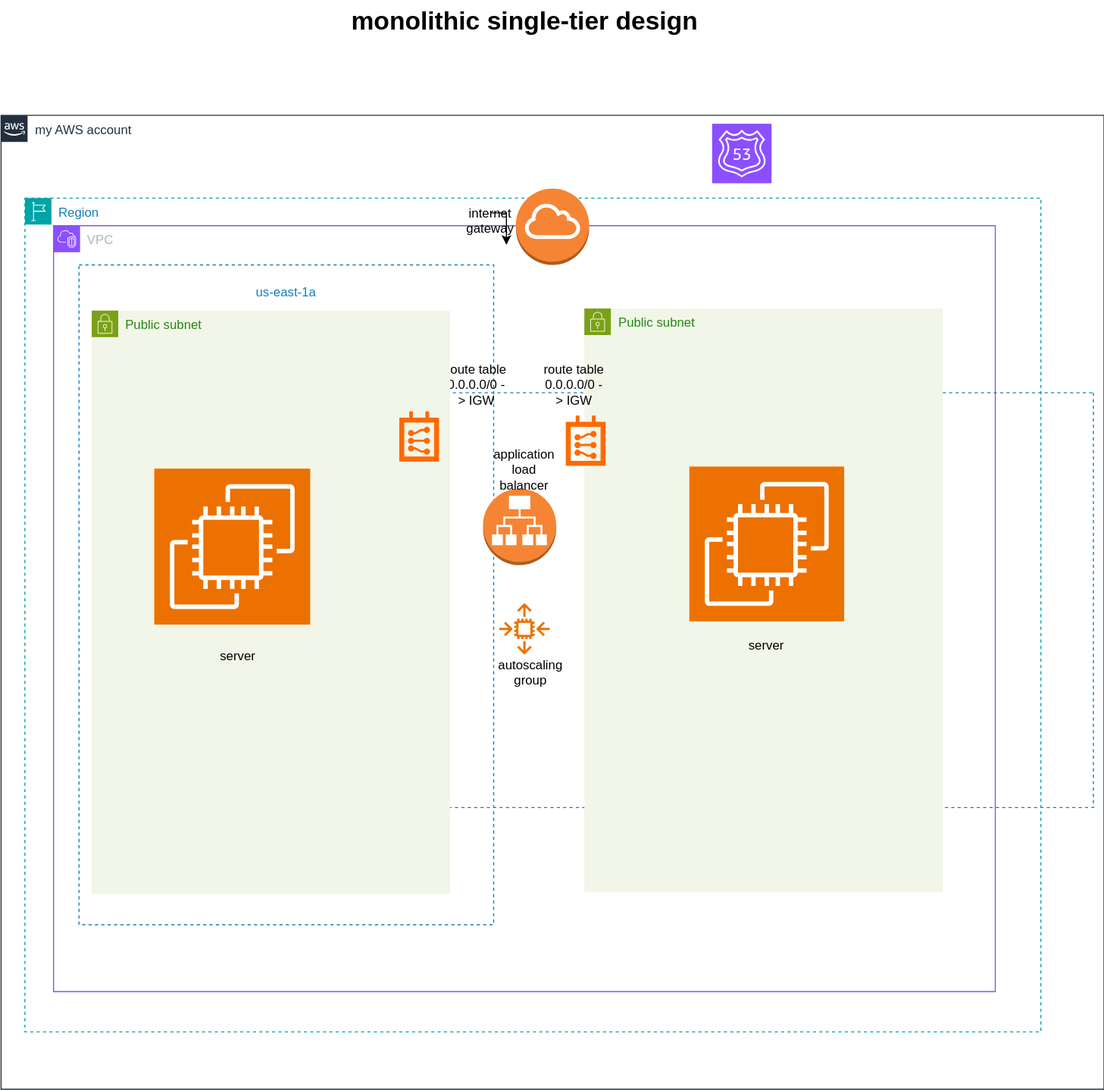
Above: Monolithic single tier design.drawio.svg in Zaamaar/Zaamaar-architecture-diagrams (draw.io), before the change. Source tidied: cells renumbered, new cells last; positions are measured from the earlier drawing's top-left corner, leaving out a move shared by most shapes. Source of this version:
```xml
<mxGraphModel background="light-dark(#ffffff, #000000)">
  <root>
    <mxCell id="0" />
    <mxCell id="1" parent="0" />
    <mxCell id="2" value="my AWS account" style="gradientColor=none;html=1;whiteSpace=wrap;fontSize=12;fontStyle=0;shape=mxgraph.aws4.group;grIcon=mxgraph.aws4.group_aws_cloud_alt;strokeColor=#232F3E;fillColor=none;verticalAlign=top;align=left;spacingLeft=30;fontColor=#232F3E;dashed=0;" parent="1" vertex="1">
      <mxGeometry x="-0.5" y="108" width="1040" height="918" as="geometry" />
    </mxCell>
    <mxCell id="3" style="sketch=0;fontColor=#232F3E;fillColor=#8C4FFF;strokeColor=#ffffff;dashed=0;verticalLabelPosition=bottom;verticalAlign=top;align=center;html=1;fontSize=12;fontStyle=0;shape=mxgraph.aws4.resourceIcon;resIcon=mxgraph.aws4.route_53;" parent="2" vertex="1">
      <mxGeometry x="670.5" y="8" width="56" height="56" as="geometry" />
    </mxCell>
    <mxCell id="4" value="monolithic single-tier design" style="text;strokeColor=none;fillColor=none;html=1;fontSize=24;fontStyle=1;verticalAlign=middle;align=center;" parent="1" vertex="1">
      <mxGeometry x="443" width="100" height="40" as="geometry" />
    </mxCell>
    <mxCell id="5" value="Region" style="gradientColor=none;html=1;whiteSpace=wrap;fontSize=12;fontStyle=0;shape=mxgraph.aws4.group;grIcon=mxgraph.aws4.group_region;strokeColor=#00A4A6;fillColor=none;verticalAlign=top;align=left;spacingLeft=30;fontColor=#147EBA;dashed=1;" parent="1" vertex="1">
      <mxGeometry x="22" y="186" width="958" height="786" as="geometry" />
    </mxCell>
    <mxCell id="6" value="VPC" style="gradientColor=none;html=1;whiteSpace=wrap;fontSize=12;fontStyle=0;shape=mxgraph.aws4.group;grIcon=mxgraph.aws4.group_vpc2;strokeColor=#8C4FFF;fillColor=none;verticalAlign=top;align=left;spacingLeft=30;fontColor=#AAB7B8;dashed=0;" parent="1" vertex="1">
      <mxGeometry x="49" y="212" width="888" height="722" as="geometry" />
    </mxCell>
    <mxCell id="7" style="dashed=0;verticalLabelPosition=bottom;verticalAlign=top;align=center;html=1;shape=mxgraph.aws3.internet_gateway;fillColor=#F58534;gradientColor=none;" parent="6" vertex="1">
      <mxGeometry x="436" y="-35" width="69" height="72" as="geometry" />
    </mxCell>
    <mxCell id="8" value="&lt;p&gt;us-east-1a&lt;/p&gt;" style="fillColor=none;strokeColor=#147EBA;dashed=1;verticalAlign=top;fontStyle=0;fontColor=#147EBA;whiteSpace=wrap;html=1;" parent="6" vertex="1">
      <mxGeometry x="24" y="37" width="391" height="622" as="geometry" />
    </mxCell>
    <mxCell id="9" value="&lt;div&gt;&lt;p&gt;us-east-1b&lt;/p&gt;&lt;/div&gt;" style="fillColor=none;strokeColor=#147EBA;dashed=1;verticalAlign=top;fontStyle=0;fontColor=#147EBA;whiteSpace=wrap;html=1;direction=south;" parent="6" vertex="1">
      <mxGeometry x="358.5" y="157.5" width="622" height="391" as="geometry" />
    </mxCell>
    <mxCell id="10" value="Public subnet" style="gradientColor=none;html=1;whiteSpace=wrap;fontSize=12;fontStyle=0;shape=mxgraph.aws4.group;grIcon=mxgraph.aws4.group_security_group;grStroke=0;strokeColor=#7AA116;fillColor=#F2F6E8;verticalAlign=top;align=left;spacingLeft=30;fontColor=#248814;dashed=0;" parent="6" vertex="1">
      <mxGeometry x="500.5" y="78" width="338" height="550" as="geometry" />
    </mxCell>
    <mxCell id="11" style="sketch=0;fontColor=#232F3E;fillColor=#ED7100;strokeColor=#ffffff;dashed=0;verticalLabelPosition=bottom;verticalAlign=top;align=center;html=1;fontSize=12;fontStyle=0;shape=mxgraph.aws4.resourceIcon;resIcon=mxgraph.aws4.ec2;" parent="10" vertex="1">
      <mxGeometry x="99" y="149" width="146" height="146" as="geometry" />
    </mxCell>
    <mxCell id="12" style="dashed=0;verticalLabelPosition=bottom;verticalAlign=top;align=center;html=1;shape=mxgraph.aws3.application_load_balancer;fillColor=#F58534;gradientColor=none;" parent="6" vertex="1">
      <mxGeometry x="405" y="248" width="69" height="72" as="geometry" />
    </mxCell>
    <mxCell id="13" style="sketch=0;fontColor=#232F3E;gradientColor=none;fillColor=#ED7100;strokeColor=none;dashed=0;verticalLabelPosition=bottom;verticalAlign=top;align=center;html=1;fontSize=12;fontStyle=0;shape=mxgraph.aws4.auto_scaling2;" parent="6" vertex="1">
      <mxGeometry x="420" y="356" width="48" height="48" as="geometry" />
    </mxCell>
    <mxCell id="14" value="internet gateway&lt;div&gt;&lt;br&gt;&lt;/div&gt;" style="text;html=1;whiteSpace=wrap;strokeColor=none;fillColor=none;align=center;verticalAlign=middle;rounded=0;" parent="6" vertex="1">
      <mxGeometry x="382" y="-12" width="60" height="30" as="geometry" />
    </mxCell>
    <mxCell id="15" style="edgeStyle=orthogonalEdgeStyle;rounded=0;orthogonalLoop=1;jettySize=auto;html=1;exitX=0.5;exitY=0;exitDx=0;exitDy=0;entryX=0.75;entryY=1;entryDx=0;entryDy=0;" parent="6" edge="1" source="14" target="14">
      <mxGeometry relative="1" as="geometry" />
    </mxCell>
    <mxCell id="16" value="autoscaling group&lt;div&gt;&lt;br&gt;&lt;/div&gt;" style="text;html=1;whiteSpace=wrap;strokeColor=none;fillColor=none;align=center;verticalAlign=middle;rounded=0;" parent="6" vertex="1">
      <mxGeometry x="420" y="414" width="60" height="30" as="geometry" />
    </mxCell>
    <mxCell id="17" value="application load balancer&lt;div&gt;&lt;br&gt;&lt;/div&gt;" style="text;html=1;whiteSpace=wrap;strokeColor=none;fillColor=none;align=center;verticalAlign=middle;rounded=0;" parent="6" vertex="1">
      <mxGeometry x="414" y="222" width="60" height="30" as="geometry" />
    </mxCell>
    <mxCell id="18" value="server&amp;nbsp;&lt;div&gt;&lt;br&gt;&lt;/div&gt;" style="text;html=1;whiteSpace=wrap;strokeColor=none;fillColor=none;align=center;verticalAlign=middle;rounded=0;" parent="6" vertex="1">
      <mxGeometry x="644" y="388" width="60" height="30" as="geometry" />
    </mxCell>
    <mxCell id="19" style="html=1;align=center;shadow=0;dashed=0;fillColor=#FF6A00;strokeColor=none;shape=mxgraph.alibaba_cloud.route_table;" parent="6" vertex="1">
      <mxGeometry x="483" y="179" width="37.5" height="47.4" as="geometry" />
    </mxCell>
    <mxCell id="20" value="route table&lt;div&gt;0.0.0.0/0 -&amp;gt; IGW&lt;/div&gt;&lt;div&gt;&lt;br&gt;&lt;/div&gt;" style="text;html=1;whiteSpace=wrap;strokeColor=none;fillColor=none;align=center;verticalAlign=middle;rounded=0;" parent="6" vertex="1">
      <mxGeometry x="369" y="142" width="60" height="30" as="geometry" />
    </mxCell>
    <mxCell id="21" value="route table&lt;div&gt;0.0.0.0/0 -&amp;gt; IGW&lt;/div&gt;&lt;div&gt;&lt;br&gt;&lt;/div&gt;" style="text;html=1;whiteSpace=wrap;strokeColor=none;fillColor=none;align=center;verticalAlign=middle;rounded=0;" parent="6" vertex="1">
      <mxGeometry x="460.5" y="142" width="60" height="30" as="geometry" />
    </mxCell>
    <mxCell id="22" value="Public subnet" style="gradientColor=none;html=1;whiteSpace=wrap;fontSize=12;fontStyle=0;shape=mxgraph.aws4.group;grIcon=mxgraph.aws4.group_security_group;grStroke=0;strokeColor=#7AA116;fillColor=#F2F6E8;verticalAlign=top;align=left;spacingLeft=30;fontColor=#248814;dashed=0;" parent="1" vertex="1">
      <mxGeometry x="85" y="292" width="338" height="550" as="geometry" />
    </mxCell>
    <mxCell id="23" style="sketch=0;fontColor=#232F3E;fillColor=#ED7100;strokeColor=#ffffff;dashed=0;verticalLabelPosition=bottom;verticalAlign=top;align=center;html=1;fontSize=12;fontStyle=0;shape=mxgraph.aws4.resourceIcon;resIcon=mxgraph.aws4.ec2;" parent="22" vertex="1">
      <mxGeometry x="59" y="149" width="147" height="147" as="geometry" />
    </mxCell>
    <mxCell id="24" value="server" style="text;html=1;whiteSpace=wrap;strokeColor=none;fillColor=none;align=center;verticalAlign=middle;rounded=0;" parent="22" vertex="1">
      <mxGeometry x="108" y="311" width="60" height="30" as="geometry" />
    </mxCell>
    <mxCell id="25" style="html=1;align=center;shadow=0;dashed=0;fillColor=#FF6A00;strokeColor=none;shape=mxgraph.alibaba_cloud.route_table;" parent="22" vertex="1">
      <mxGeometry x="290" y="95" width="37.5" height="47.4" as="geometry" />
    </mxCell>
  </root>
</mxGraphModel>
```
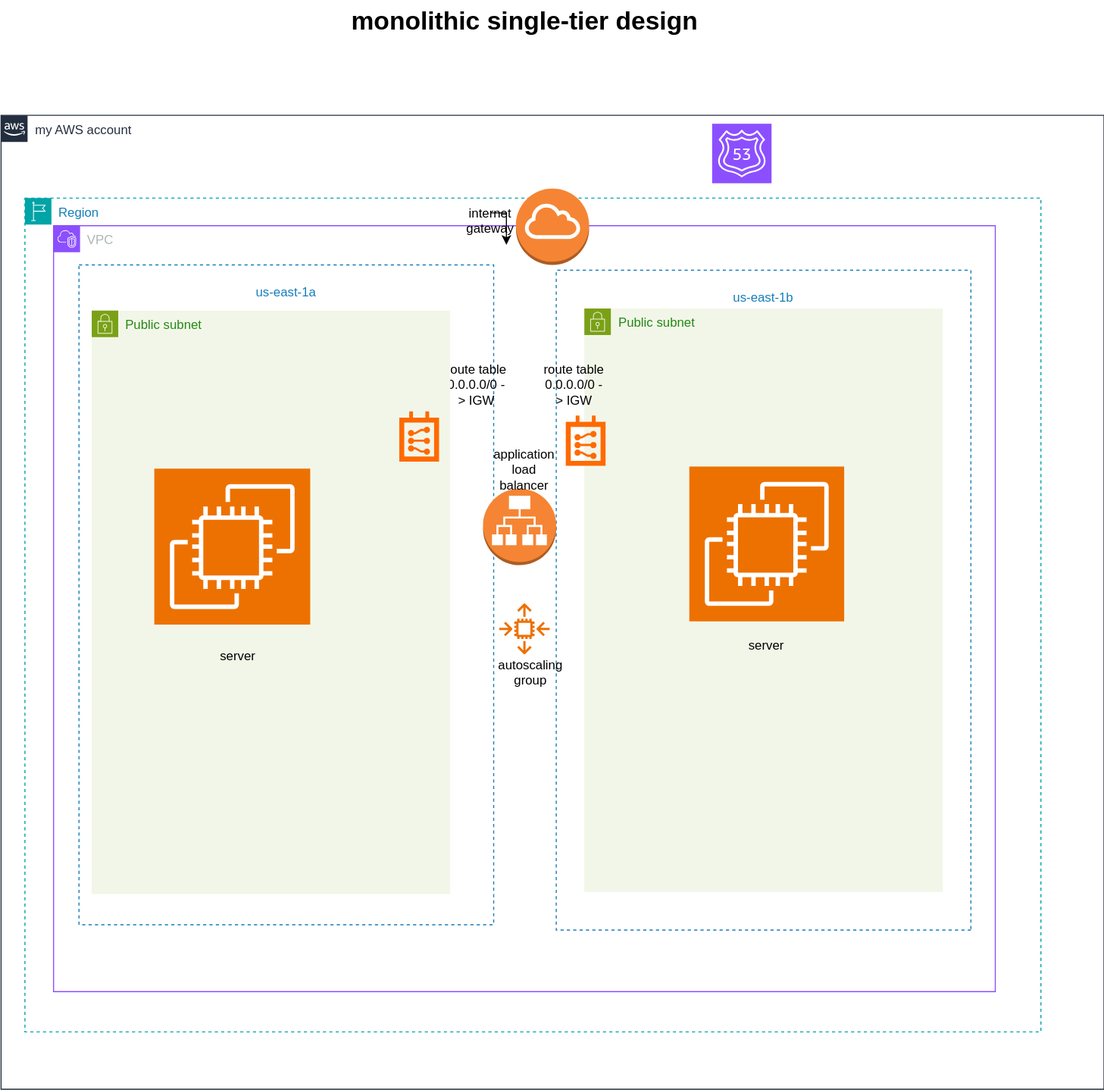
Above is the later version.

What changed in the source:
```diff
@@ -23,8 +23,8 @@
     <mxCell id="8" value="&lt;p&gt;us-east-1a&lt;/p&gt;" style="fillColor=none;strokeColor=#147EBA;dashed=1;verticalAlign=top;fontStyle=0;fontColor=#147EBA;whiteSpace=wrap;html=1;" parent="6" vertex="1">
       <mxGeometry x="24" y="37" width="391" height="622" as="geometry" />
     </mxCell>
-    <mxCell id="9" value="&lt;div&gt;&lt;p&gt;us-east-1b&lt;/p&gt;&lt;/div&gt;" style="fillColor=none;strokeColor=#147EBA;dashed=1;verticalAlign=top;fontStyle=0;fontColor=#147EBA;whiteSpace=wrap;html=1;direction=south;" parent="6" vertex="1">
-      <mxGeometry x="358.5" y="157.5" width="622" height="391" as="geometry" />
+    <mxCell id="9" value="&lt;div&gt;&lt;p&gt;us-east-1b&lt;/p&gt;&lt;/div&gt;" style="fillColor=none;strokeColor=#147EBA;dashed=1;verticalAlign=top;fontStyle=0;fontColor=#147EBA;whiteSpace=wrap;html=1;direction=west;" parent="6" vertex="1">
+      <mxGeometry x="474" y="42" width="391" height="622" as="geometry" />
     </mxCell>
     <mxCell id="10" value="Public subnet" style="gradientColor=none;html=1;whiteSpace=wrap;fontSize=12;fontStyle=0;shape=mxgraph.aws4.group;grIcon=mxgraph.aws4.group_security_group;grStroke=0;strokeColor=#7AA116;fillColor=#F2F6E8;verticalAlign=top;align=left;spacingLeft=30;fontColor=#248814;dashed=0;" parent="6" vertex="1">
       <mxGeometry x="500.5" y="78" width="338" height="550" as="geometry" />
```
